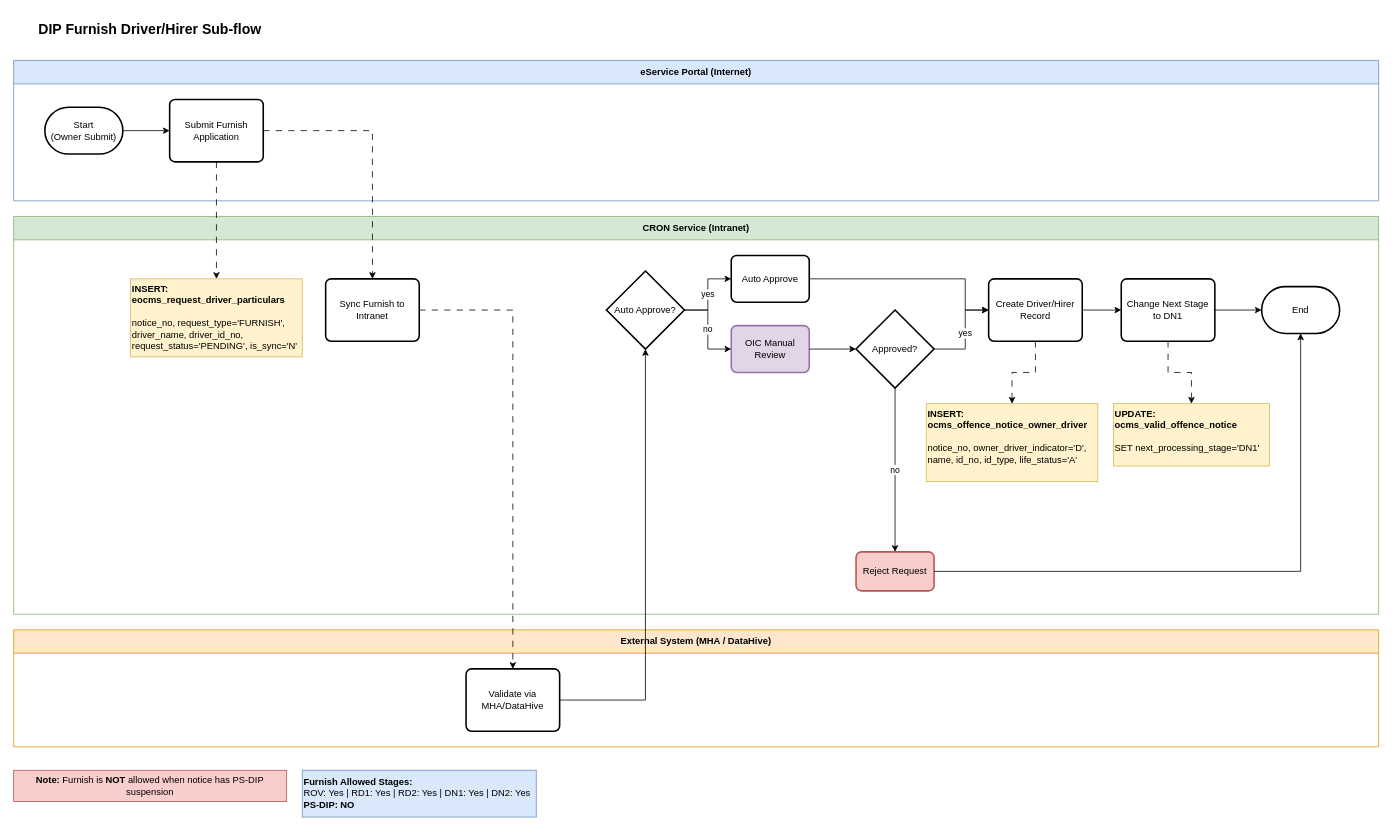
The draw.io diagram page "Section_5_DIP_Furnish_Subflow" (4 of 5) of OCMS 14/Section 5/OCMS14-Technical_Flowchart_Section_5.drawio in rafifmgg/techdoc, before the edit. Source tidied: cells renumbered, new cells numbered last; positions are measured from the earlier drawing's top-left corner, leaving out a move shared by most shapes. Both pictures are drawn from the tidied source at 78%, with x=0, y=0 at pixel (13, 13).
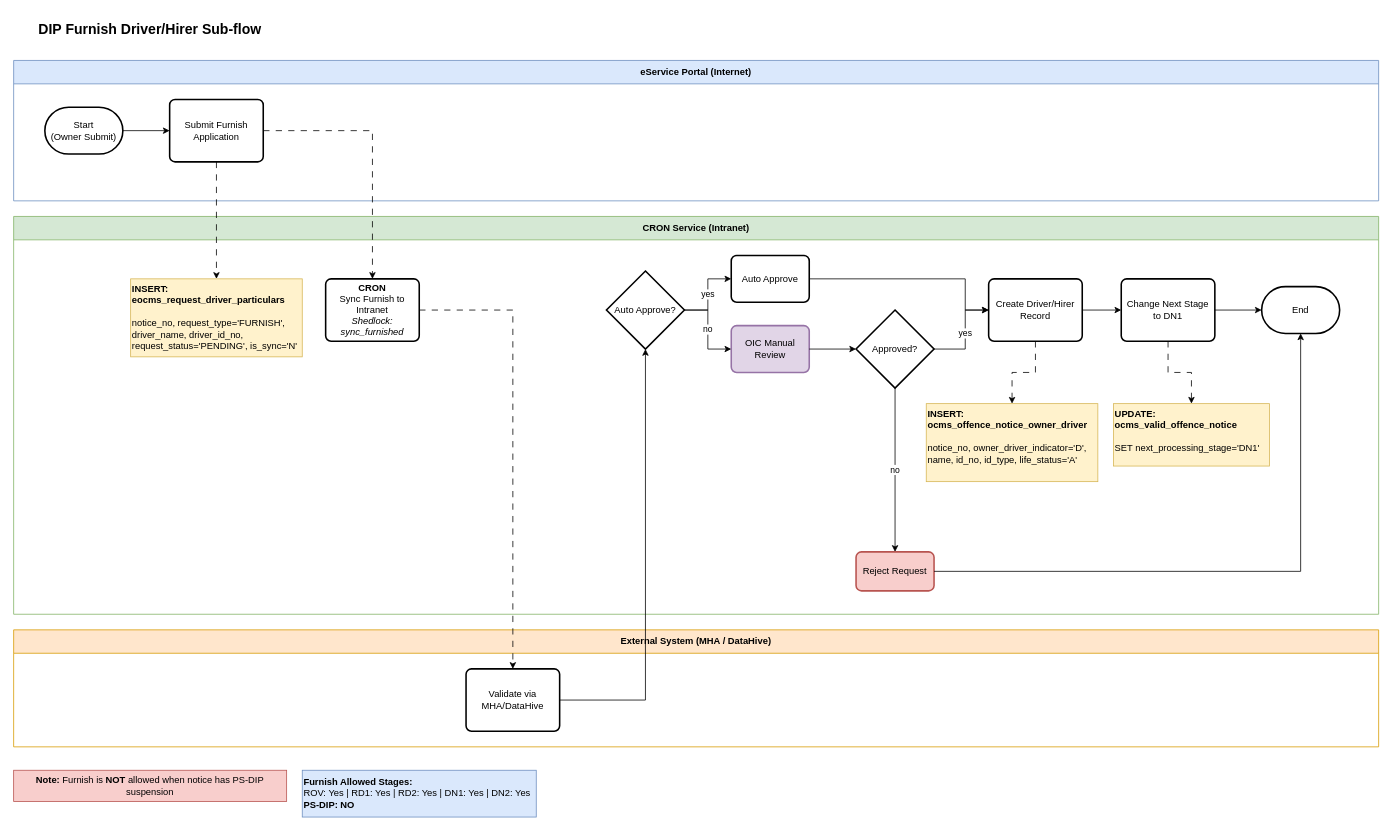
The same page after the edit.

The change refers to these unchanged cells:
```xml
<mxCell id="7" value="CRON Service (Intranet)" style="swimlane;whiteSpace=wrap;html=1;fillColor=#d5e8d4;strokeColor=#82b366;startSize=30;" parent="1" vertex="1">
  <mxGeometry y="260" width="1750" height="510" as="geometry" />
</mxCell>
```

Change to the diagram source:
```diff
@@
-    <mxCell id="8" value="Sync Furnish to Intranet" style="rounded=1;whiteSpace=wrap;html=1;absoluteArcSize=1;arcSize=14;strokeWidth=2;" parent="7" vertex="1">
+    <mxCell id="8" value="&lt;b&gt;CRON&lt;/b&gt;&lt;br&gt;Sync Furnish to Intranet&lt;br&gt;&lt;i&gt;Shedlock: sync_furnished&lt;/i&gt;" style="rounded=1;whiteSpace=wrap;html=1;absoluteArcSize=1;arcSize=14;strokeWidth=2;" parent="7" vertex="1">
       <mxGeometry x="400" y="80" width="120" height="80" as="geometry" />
     </mxCell>
```
